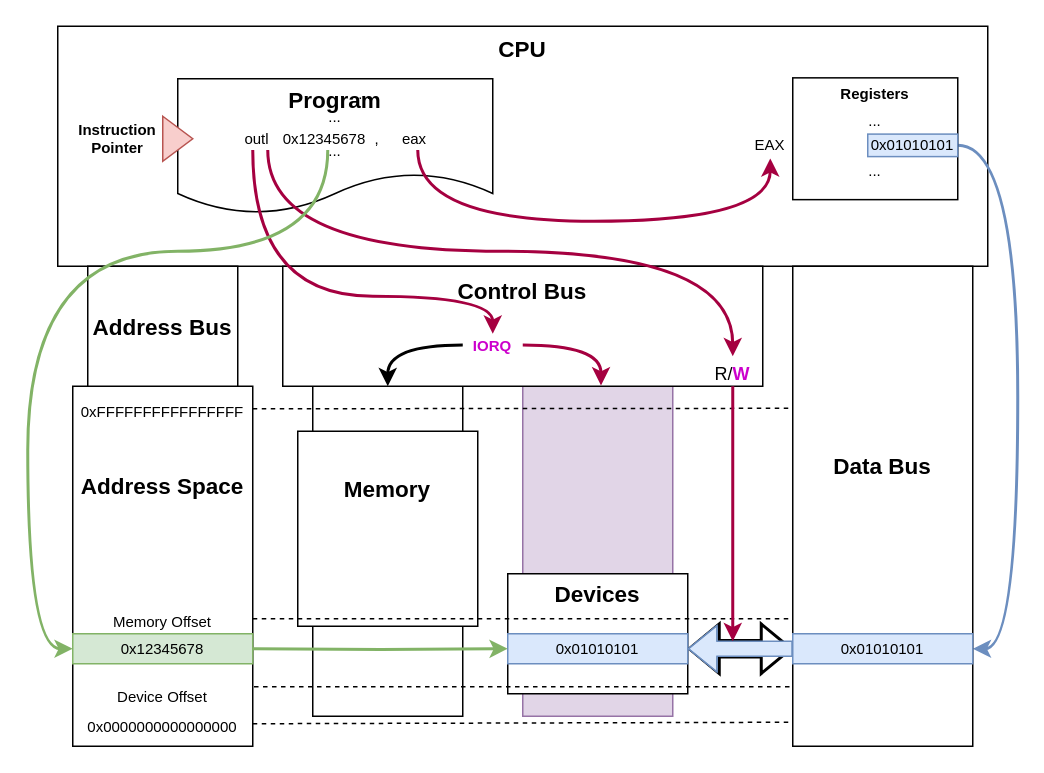
The draw.io diagram page "PMIO" (2 of 2) of mmio_and_pmio.drawio in vmuxIO/diagrams, before the edit. Source tidied: cells renumbered, new cells numbered last; positions are measured from the earlier drawing's top-left corner, leaving out a move shared by most shapes. Both pictures are drawn from the tidied source at 150%, with x=0, y=0 at pixel (27, 26).
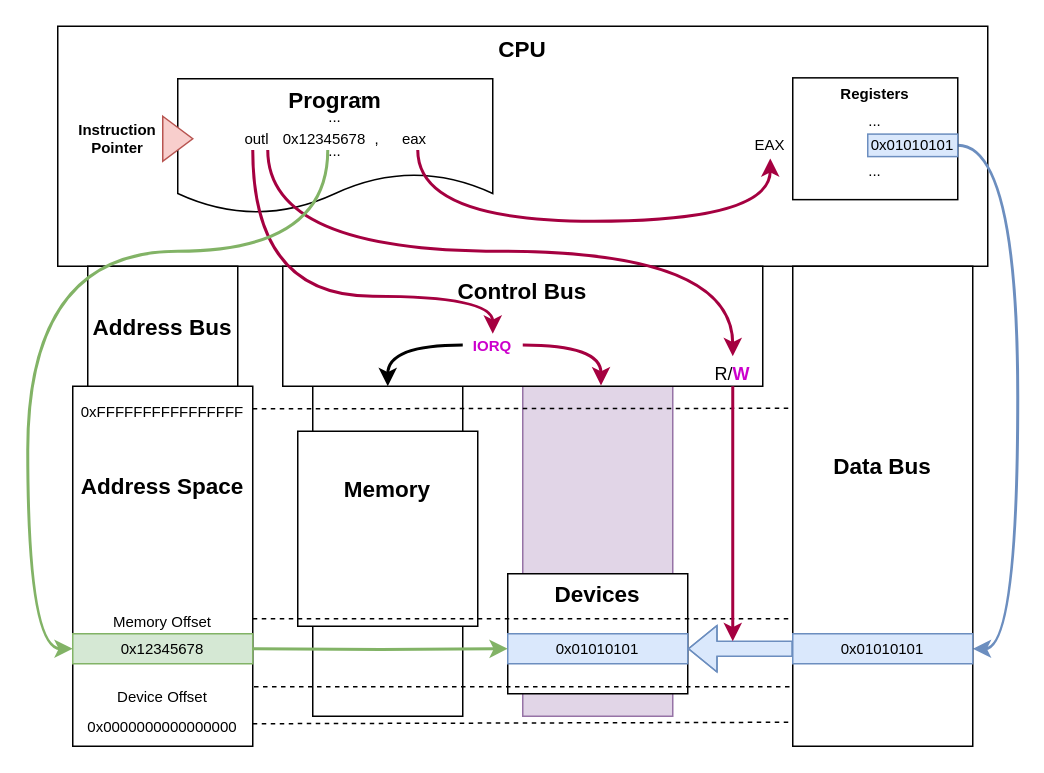
The same page after the edit.

Unchanged cells that the change refers to:
```xml
<mxCell id="23" value="&lt;font style=&quot;font-size: 10px;&quot;&gt;0x01010101&lt;/font&gt;" style="rounded=0;whiteSpace=wrap;html=1;fontSize=12;fillColor=#dae8fc;strokeColor=#6c8ebf;" parent="1" vertex="1">
  <mxGeometry x="320" y="405" width="120" height="20" as="geometry" />
</mxCell>
```

What changed in the source:
```diff
@@
-    <mxCell id="20" style="shape=flexArrow;endArrow=classic;startArrow=classic;html=1;rounded=0;fontSize=15;exitX=1;exitY=0.5;exitDx=0;exitDy=0;strokeWidth=2;" parent="1" edge="1" source="23">
-      <mxGeometry relative="1" as="geometry">
-        <mxPoint x="510" y="415" as="targetPoint" />
-      </mxGeometry>
-    </mxCell>
```
